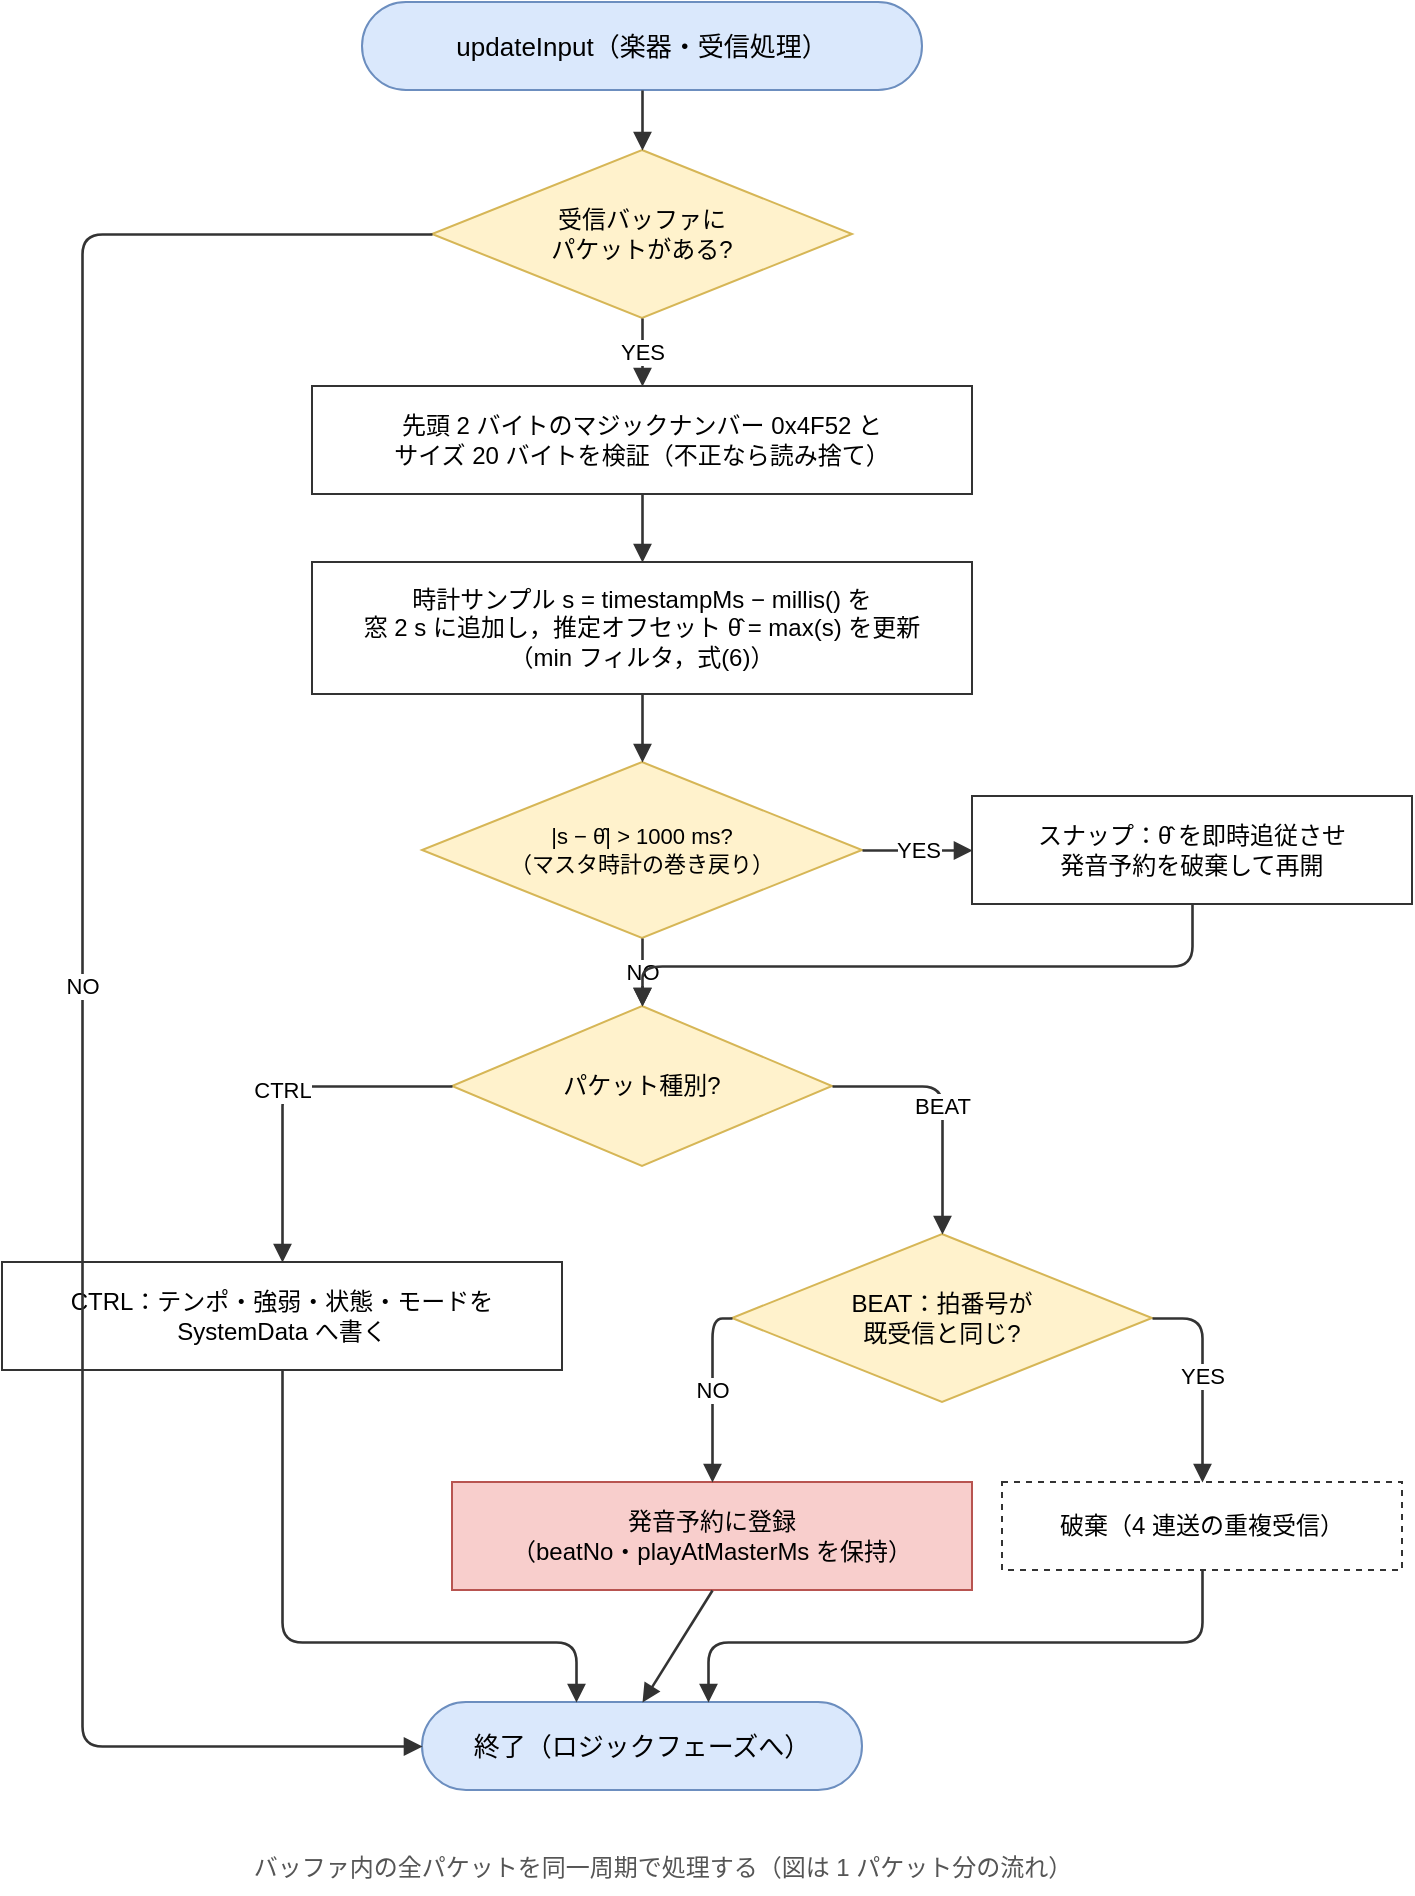
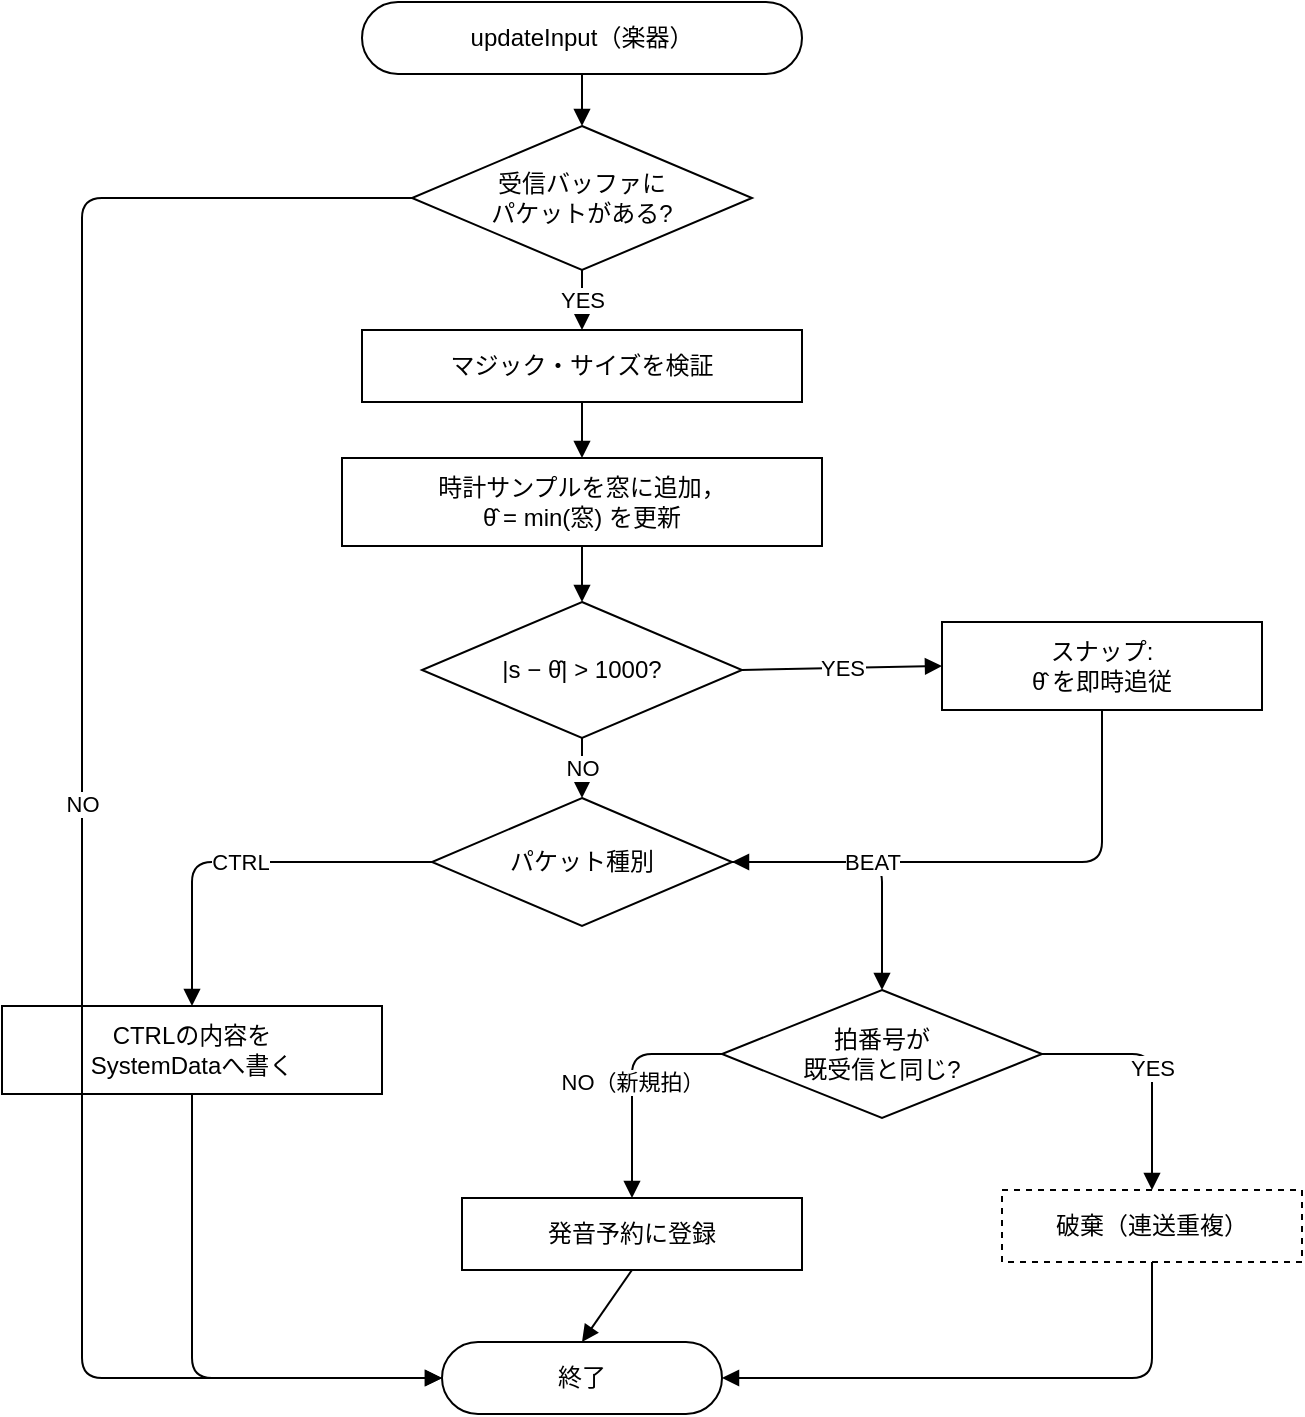
<mxfile host="Claude">
  <diagram id="flow-instrument-input" name="楽器updateInput">
-     <mxGraphModel dx="780" dy="1150" grid="0" gridSize="10" guides="1" tooltips="1" connect="1" arrows="1" fold="1" page="1" pageScale="1" pageWidth="780" pageHeight="1150" math="0" shadow="0">
+     <mxGraphModel dx="780" dy="820" grid="0" gridSize="10" guides="1" tooltips="1" connect="1" arrows="1" fold="1" page="1" pageScale="1" pageWidth="780" pageHeight="820" math="0" shadow="0">
      <root>
        <mxCell id="0"/>
        <mxCell id="1" parent="0"/>
-         <mxCell id="start" value="updateInput（楽器・受信処理）" style="rounded=1;arcSize=50;whiteSpace=wrap;html=1;fillColor=#DAE8FC;strokeColor=#6C8EBF;fontSize=13;" vertex="1" parent="1"><mxGeometry x="240" y="30" width="280" height="44" as="geometry"/></mxCell>
-         <mxCell id="d1" value="受信バッファに&lt;br&gt;パケットがある?" style="rhombus;whiteSpace=wrap;html=1;fillColor=#FFF2CC;strokeColor=#D6B656;fontSize=12;" vertex="1" parent="1"><mxGeometry x="275" y="104" width="210" height="84" as="geometry"/></mxCell>
-         <mxCell id="p1" value="先頭 2 バイトのマジックナンバー 0x4F52 と&lt;br&gt;サイズ 20 バイトを検証（不正なら読み捨て）" style="rounded=0;whiteSpace=wrap;html=1;fillColor=#FFFFFF;strokeColor=#333333;fontSize=12;" vertex="1" parent="1"><mxGeometry x="215" y="222" width="330" height="54" as="geometry"/></mxCell>
-         <mxCell id="p2" value="時計サンプル s = timestampMs − millis() を&lt;br&gt;窓 2 s に追加し，推定オフセット θ̂ = max(s) を更新&lt;br&gt;（min フィルタ，式(6)）" style="rounded=0;whiteSpace=wrap;html=1;fillColor=#FFFFFF;strokeColor=#333333;fontSize=12;" vertex="1" parent="1"><mxGeometry x="215" y="310" width="330" height="66" as="geometry"/></mxCell>
-         <mxCell id="d2" value="|s − θ̂| &amp;gt; 1000 ms?&lt;br&gt;（マスタ時計の巻き戻り）" style="rhombus;whiteSpace=wrap;html=1;fillColor=#FFF2CC;strokeColor=#D6B656;fontSize=11;" vertex="1" parent="1"><mxGeometry x="270" y="410" width="220" height="88" as="geometry"/></mxCell>
-         <mxCell id="p3" value="スナップ：θ̂ を即時追従させ&lt;br&gt;発音予約を破棄して再開" style="rounded=0;whiteSpace=wrap;html=1;fillColor=#FFFFFF;strokeColor=#333333;fontSize=12;" vertex="1" parent="1"><mxGeometry x="545" y="427" width="220" height="54" as="geometry"/></mxCell>
-         <mxCell id="d3" value="パケット種別?" style="rhombus;whiteSpace=wrap;html=1;fillColor=#FFF2CC;strokeColor=#D6B656;fontSize=12;" vertex="1" parent="1"><mxGeometry x="285" y="532" width="190" height="80" as="geometry"/></mxCell>
-         <mxCell id="p4" value="CTRL：テンポ・強弱・状態・モードを&lt;br&gt;SystemData へ書く" style="rounded=0;whiteSpace=wrap;html=1;fillColor=#FFFFFF;strokeColor=#333333;fontSize=12;" vertex="1" parent="1"><mxGeometry x="60" y="660" width="280" height="54" as="geometry"/></mxCell>
-         <mxCell id="d4" value="BEAT：拍番号が&lt;br&gt;既受信と同じ?" style="rhombus;whiteSpace=wrap;html=1;fillColor=#FFF2CC;strokeColor=#D6B656;fontSize=12;" vertex="1" parent="1"><mxGeometry x="425" y="646" width="210" height="84" as="geometry"/></mxCell>
-         <mxCell id="p5" value="破棄（4 連送の重複受信）" style="rounded=0;whiteSpace=wrap;html=1;fillColor=#FFFFFF;strokeColor=#333333;fontSize=12;dashed=1;" vertex="1" parent="1"><mxGeometry x="560" y="770" width="200" height="44" as="geometry"/></mxCell>
-         <mxCell id="p6" value="発音予約に登録&lt;br&gt;（beatNo・playAtMasterMs を保持）" style="rounded=0;whiteSpace=wrap;html=1;fillColor=#F8CECC;strokeColor=#B85450;fontSize=12;" vertex="1" parent="1"><mxGeometry x="285" y="770" width="260" height="54" as="geometry"/></mxCell>
-         <mxCell id="end" value="終了（ロジックフェーズへ）" style="rounded=1;arcSize=50;whiteSpace=wrap;html=1;fillColor=#DAE8FC;strokeColor=#6C8EBF;fontSize=13;" vertex="1" parent="1"><mxGeometry x="270" y="880" width="220" height="44" as="geometry"/></mxCell>
-         <mxCell id="f1" style="endArrow=block;html=1;strokeColor=#333333;strokeWidth=1.3;exitX=0.5;exitY=1;entryX=0.5;entryY=0;" edge="1" parent="1" source="start" target="d1"><mxGeometry relative="1" as="geometry"/></mxCell>
-         <mxCell id="f2" value="YES" style="endArrow=block;html=1;strokeColor=#333333;strokeWidth=1.3;fontSize=11;exitX=0.5;exitY=1;entryX=0.5;entryY=0;" edge="1" parent="1" source="d1" target="p1"><mxGeometry relative="1" as="geometry"/></mxCell>
-         <mxCell id="f3" value="NO" style="endArrow=block;html=1;strokeColor=#333333;strokeWidth=1.3;fontSize=11;exitX=0;exitY=0.5;entryX=0;entryY=0.5;curved=0;edgeStyle=orthogonalEdgeStyle;" edge="1" parent="1" source="d1" target="end"><mxGeometry relative="1" as="geometry"><Array as="points"><mxPoint x="100" y="146"/><mxPoint x="100" y="902"/></Array></mxGeometry></mxCell>
-         <mxCell id="f4" style="endArrow=block;html=1;strokeColor=#333333;strokeWidth=1.3;exitX=0.5;exitY=1;entryX=0.5;entryY=0;" edge="1" parent="1" source="p1" target="p2"><mxGeometry relative="1" as="geometry"/></mxCell>
-         <mxCell id="f5" style="endArrow=block;html=1;strokeColor=#333333;strokeWidth=1.3;exitX=0.5;exitY=1;entryX=0.5;entryY=0;" edge="1" parent="1" source="p2" target="d2"><mxGeometry relative="1" as="geometry"/></mxCell>
-         <mxCell id="f6" value="YES" style="endArrow=block;html=1;strokeColor=#333333;strokeWidth=1.3;fontSize=11;exitX=1;exitY=0.5;entryX=0;entryY=0.5;" edge="1" parent="1" source="d2" target="p3"><mxGeometry relative="1" as="geometry"/></mxCell>
-         <mxCell id="f7" value="NO" style="endArrow=block;html=1;strokeColor=#333333;strokeWidth=1.3;fontSize=11;exitX=0.5;exitY=1;entryX=0.5;entryY=0;" edge="1" parent="1" source="d2" target="d3"><mxGeometry relative="1" as="geometry"/></mxCell>
-         <mxCell id="f8" style="endArrow=block;html=1;strokeColor=#333333;strokeWidth=1.3;exitX=0.5;exitY=1;entryX=0.5;entryY=0;curved=0;edgeStyle=orthogonalEdgeStyle;" edge="1" parent="1" source="p3" target="d3"><mxGeometry relative="1" as="geometry"><Array as="points"><mxPoint x="655" y="512"/><mxPoint x="380" y="512"/></Array></mxGeometry></mxCell>
-         <mxCell id="f9" value="CTRL" style="endArrow=block;html=1;strokeColor=#333333;strokeWidth=1.3;fontSize=11;exitX=0;exitY=0.5;entryX=0.5;entryY=0;curved=0;edgeStyle=orthogonalEdgeStyle;" edge="1" parent="1" source="d3" target="p4"><mxGeometry relative="1" as="geometry"><Array as="points"><mxPoint x="200" y="572"/><mxPoint x="200" y="630"/></Array></mxGeometry></mxCell>
-         <mxCell id="f10" value="BEAT" style="endArrow=block;html=1;strokeColor=#333333;strokeWidth=1.3;fontSize=11;exitX=1;exitY=0.5;entryX=0.5;entryY=0;curved=0;edgeStyle=orthogonalEdgeStyle;" edge="1" parent="1" source="d3" target="d4"><mxGeometry relative="1" as="geometry"><Array as="points"><mxPoint x="530" y="572"/><mxPoint x="530" y="630"/></Array></mxGeometry></mxCell>
-         <mxCell id="f11" value="YES" style="endArrow=block;html=1;strokeColor=#333333;strokeWidth=1.3;fontSize=11;exitX=1;exitY=0.5;entryX=0.5;entryY=0;curved=0;edgeStyle=orthogonalEdgeStyle;" edge="1" parent="1" source="d4" target="p5"><mxGeometry relative="1" as="geometry"><Array as="points"><mxPoint x="660" y="688"/><mxPoint x="660" y="745"/></Array></mxGeometry></mxCell>
-         <mxCell id="f12" value="NO" style="endArrow=block;html=1;strokeColor=#333333;strokeWidth=1.3;fontSize=11;exitX=0;exitY=0.5;entryX=0.5;entryY=0;curved=0;edgeStyle=orthogonalEdgeStyle;" edge="1" parent="1" source="d4" target="p6"><mxGeometry relative="1" as="geometry"><Array as="points"><mxPoint x="415" y="688"/><mxPoint x="415" y="745"/></Array></mxGeometry></mxCell>
-         <mxCell id="f13" style="endArrow=block;html=1;strokeColor=#333333;strokeWidth=1.3;exitX=0.5;exitY=1;entryX=0.35;entryY=0;curved=0;edgeStyle=orthogonalEdgeStyle;" edge="1" parent="1" source="p4" target="end"><mxGeometry relative="1" as="geometry"><Array as="points"><mxPoint x="200" y="850"/><mxPoint x="347" y="850"/></Array></mxGeometry></mxCell>
-         <mxCell id="f14" style="endArrow=block;html=1;strokeColor=#333333;strokeWidth=1.3;exitX=0.5;exitY=1;entryX=0.5;entryY=0;" edge="1" parent="1" source="p6" target="end"><mxGeometry relative="1" as="geometry"/></mxCell>
-         <mxCell id="f15" style="endArrow=block;html=1;strokeColor=#333333;strokeWidth=1.3;exitX=0.5;exitY=1;entryX=0.65;entryY=0;curved=0;edgeStyle=orthogonalEdgeStyle;" edge="1" parent="1" source="p5" target="end"><mxGeometry relative="1" as="geometry"><Array as="points"><mxPoint x="660" y="850"/><mxPoint x="413" y="850"/></Array></mxGeometry></mxCell>
-         <mxCell id="note" value="バッファ内の全パケットを同一周期で処理する（図は 1 パケット分の流れ）" style="text;html=1;align=center;verticalAlign=middle;fontSize=12;fontColor=#555555;" vertex="1" parent="1"><mxGeometry x="140" y="950" width="500" height="26" as="geometry"/></mxCell>
+         <mxCell id="start" value="updateInput（楽器）" style="rounded=1;arcSize=50;whiteSpace=wrap;html=1;fillColor=#FFFFFF;strokeColor=#000000;fontSize=12;" vertex="1" parent="1"><mxGeometry x="240" y="20" width="220" height="36" as="geometry"/></mxCell>
+         <mxCell id="d1" value="受信バッファに&lt;br&gt;パケットがある?" style="rhombus;whiteSpace=wrap;html=1;fillColor=#FFFFFF;strokeColor=#000000;fontSize=12;" vertex="1" parent="1"><mxGeometry x="265" y="82" width="170" height="72" as="geometry"/></mxCell>
+         <mxCell id="p1" value="マジック・サイズを検証" style="whiteSpace=wrap;html=1;fillColor=#FFFFFF;strokeColor=#000000;fontSize=12;" vertex="1" parent="1"><mxGeometry x="240" y="184" width="220" height="36" as="geometry"/></mxCell>
+         <mxCell id="p2" value="時計サンプルを窓に追加，&lt;br&gt;θ̂ = min(窓) を更新" style="whiteSpace=wrap;html=1;fillColor=#FFFFFF;strokeColor=#000000;fontSize=12;" vertex="1" parent="1"><mxGeometry x="230" y="248" width="240" height="44" as="geometry"/></mxCell>
+         <mxCell id="d2" value="|s − θ̂| &amp;gt; 1000?" style="rhombus;whiteSpace=wrap;html=1;fillColor=#FFFFFF;strokeColor=#000000;fontSize=12;" vertex="1" parent="1"><mxGeometry x="270" y="320" width="160" height="68" as="geometry"/></mxCell>
+         <mxCell id="p3" value="スナップ:&lt;br&gt;θ̂ を即時追従" style="whiteSpace=wrap;html=1;fillColor=#FFFFFF;strokeColor=#000000;fontSize=12;" vertex="1" parent="1"><mxGeometry x="530" y="330" width="160" height="44" as="geometry"/></mxCell>
+         <mxCell id="d3" value="パケット種別" style="rhombus;whiteSpace=wrap;html=1;fillColor=#FFFFFF;strokeColor=#000000;fontSize=12;" vertex="1" parent="1"><mxGeometry x="275" y="418" width="150" height="64" as="geometry"/></mxCell>
+         <mxCell id="p4" value="CTRLの内容を&lt;br&gt;SystemDataへ書く" style="whiteSpace=wrap;html=1;fillColor=#FFFFFF;strokeColor=#000000;fontSize=12;" vertex="1" parent="1"><mxGeometry x="60" y="522" width="190" height="44" as="geometry"/></mxCell>
+         <mxCell id="d4" value="拍番号が&lt;br&gt;既受信と同じ?" style="rhombus;whiteSpace=wrap;html=1;fillColor=#FFFFFF;strokeColor=#000000;fontSize=12;" vertex="1" parent="1"><mxGeometry x="420" y="514" width="160" height="64" as="geometry"/></mxCell>
+         <mxCell id="p5" value="破棄（連送重複）" style="whiteSpace=wrap;html=1;fillColor=#FFFFFF;strokeColor=#000000;fontSize=12;dashed=1;" vertex="1" parent="1"><mxGeometry x="560" y="614" width="150" height="36" as="geometry"/></mxCell>
+         <mxCell id="p6" value="発音予約に登録" style="whiteSpace=wrap;html=1;fillColor=#FFFFFF;strokeColor=#000000;fontSize=12;" vertex="1" parent="1"><mxGeometry x="290" y="618" width="170" height="36" as="geometry"/></mxCell>
+         <mxCell id="end" value="終了" style="rounded=1;arcSize=50;whiteSpace=wrap;html=1;fillColor=#FFFFFF;strokeColor=#000000;fontSize=12;" vertex="1" parent="1"><mxGeometry x="280" y="690" width="140" height="36" as="geometry"/></mxCell>
+         <!-- Main vertical -->
+         <mxCell id="f1" style="endArrow=block;endFill=1;html=1;strokeColor=#000000;strokeWidth=1;exitX=0.5;exitY=1;entryX=0.5;entryY=0;" edge="1" parent="1" source="start" target="d1"><mxGeometry relative="1" as="geometry"/></mxCell>
+         <mxCell id="f2" value="YES" style="endArrow=block;endFill=1;html=1;strokeColor=#000000;strokeWidth=1;fontSize=11;exitX=0.5;exitY=1;entryX=0.5;entryY=0;" edge="1" parent="1" source="d1" target="p1"><mxGeometry relative="1" as="geometry"/></mxCell>
+         <mxCell id="f4" style="endArrow=block;endFill=1;html=1;strokeColor=#000000;strokeWidth=1;exitX=0.5;exitY=1;entryX=0.5;entryY=0;" edge="1" parent="1" source="p1" target="p2"><mxGeometry relative="1" as="geometry"/></mxCell>
+         <mxCell id="f5" style="endArrow=block;endFill=1;html=1;strokeColor=#000000;strokeWidth=1;exitX=0.5;exitY=1;entryX=0.5;entryY=0;" edge="1" parent="1" source="p2" target="d2"><mxGeometry relative="1" as="geometry"/></mxCell>
+         <mxCell id="f7" value="NO" style="endArrow=block;endFill=1;html=1;strokeColor=#000000;strokeWidth=1;fontSize=11;exitX=0.5;exitY=1;entryX=0.5;entryY=0;" edge="1" parent="1" source="d2" target="d3"><mxGeometry relative="1" as="geometry"/></mxCell>
+         <!-- NO branch d1 -->
+         <mxCell id="f3" value="NO" style="endArrow=block;endFill=1;html=1;strokeColor=#000000;strokeWidth=1;fontSize=11;exitX=0;exitY=0.5;entryX=0;entryY=0.5;edgeStyle=orthogonalEdgeStyle;" edge="1" parent="1" source="d1" target="end"><mxGeometry relative="1" as="geometry"><Array as="points"><mxPoint x="100" y="118"/><mxPoint x="100" y="708"/></Array></mxGeometry></mxCell>
+         <!-- YES branch d2 → p3 → d3 -->
+         <mxCell id="f6" value="YES" style="endArrow=block;endFill=1;html=1;strokeColor=#000000;strokeWidth=1;fontSize=11;exitX=1;exitY=0.5;entryX=0;entryY=0.5;" edge="1" parent="1" source="d2" target="p3"><mxGeometry relative="1" as="geometry"/></mxCell>
+         <mxCell id="f6b" style="endArrow=block;endFill=1;html=1;strokeColor=#000000;strokeWidth=1;exitX=0.5;exitY=1;entryX=1;entryY=0.5;edgeStyle=orthogonalEdgeStyle;" edge="1" parent="1" source="p3" target="d3"><mxGeometry relative="1" as="geometry"><Array as="points"><mxPoint x="610" y="450"/></Array></mxGeometry></mxCell>
+         <!-- CTRL/BEAT branch -->
+         <mxCell id="f9" value="CTRL" style="endArrow=block;endFill=1;html=1;strokeColor=#000000;strokeWidth=1;fontSize=11;exitX=0;exitY=0.5;entryX=0.5;entryY=0;edgeStyle=orthogonalEdgeStyle;" edge="1" parent="1" source="d3" target="p4"><mxGeometry relative="1" as="geometry"><Array as="points"><mxPoint x="155" y="450"/></Array></mxGeometry></mxCell>
+         <mxCell id="f10" value="BEAT" style="endArrow=block;endFill=1;html=1;strokeColor=#000000;strokeWidth=1;fontSize=11;exitX=1;exitY=0.5;entryX=0.5;entryY=0;edgeStyle=orthogonalEdgeStyle;" edge="1" parent="1" source="d3" target="d4"><mxGeometry relative="1" as="geometry"><Array as="points"><mxPoint x="500" y="450"/></Array></mxGeometry></mxCell>
+         <!-- d4 YES/NO -->
+         <mxCell id="f11" value="YES" style="endArrow=block;endFill=1;html=1;strokeColor=#000000;strokeWidth=1;fontSize=11;exitX=1;exitY=0.5;entryX=0.5;entryY=0;edgeStyle=orthogonalEdgeStyle;" edge="1" parent="1" source="d4" target="p5"><mxGeometry relative="1" as="geometry"><Array as="points"><mxPoint x="635" y="546"/></Array></mxGeometry></mxCell>
+         <mxCell id="f12" value="NO（新規拍）" style="endArrow=block;endFill=1;html=1;strokeColor=#000000;strokeWidth=1;fontSize=11;exitX=0;exitY=0.5;entryX=0.5;entryY=0;edgeStyle=orthogonalEdgeStyle;" edge="1" parent="1" source="d4" target="p6"><mxGeometry relative="1" as="geometry"><Array as="points"><mxPoint x="375" y="546"/></Array></mxGeometry></mxCell>
+         <!-- To end -->
+         <mxCell id="f13" style="endArrow=block;endFill=1;html=1;strokeColor=#000000;strokeWidth=1;exitX=0.5;exitY=1;entryX=0;entryY=0.5;edgeStyle=orthogonalEdgeStyle;" edge="1" parent="1" source="p4" target="end"><mxGeometry relative="1" as="geometry"><Array as="points"><mxPoint x="155" y="708"/></Array></mxGeometry></mxCell>
+         <mxCell id="f14" style="endArrow=block;endFill=1;html=1;strokeColor=#000000;strokeWidth=1;exitX=0.5;exitY=1;entryX=0.5;entryY=0;" edge="1" parent="1" source="p6" target="end"><mxGeometry relative="1" as="geometry"/></mxCell>
+         <mxCell id="f15" style="endArrow=block;endFill=1;html=1;strokeColor=#000000;strokeWidth=1;exitX=0.5;exitY=1;entryX=1;entryY=0.5;edgeStyle=orthogonalEdgeStyle;" edge="1" parent="1" source="p5" target="end"><mxGeometry relative="1" as="geometry"><Array as="points"><mxPoint x="635" y="708"/></Array></mxGeometry></mxCell>
      </root>
    </mxGraphModel>
  </diagram>
</mxfile>
